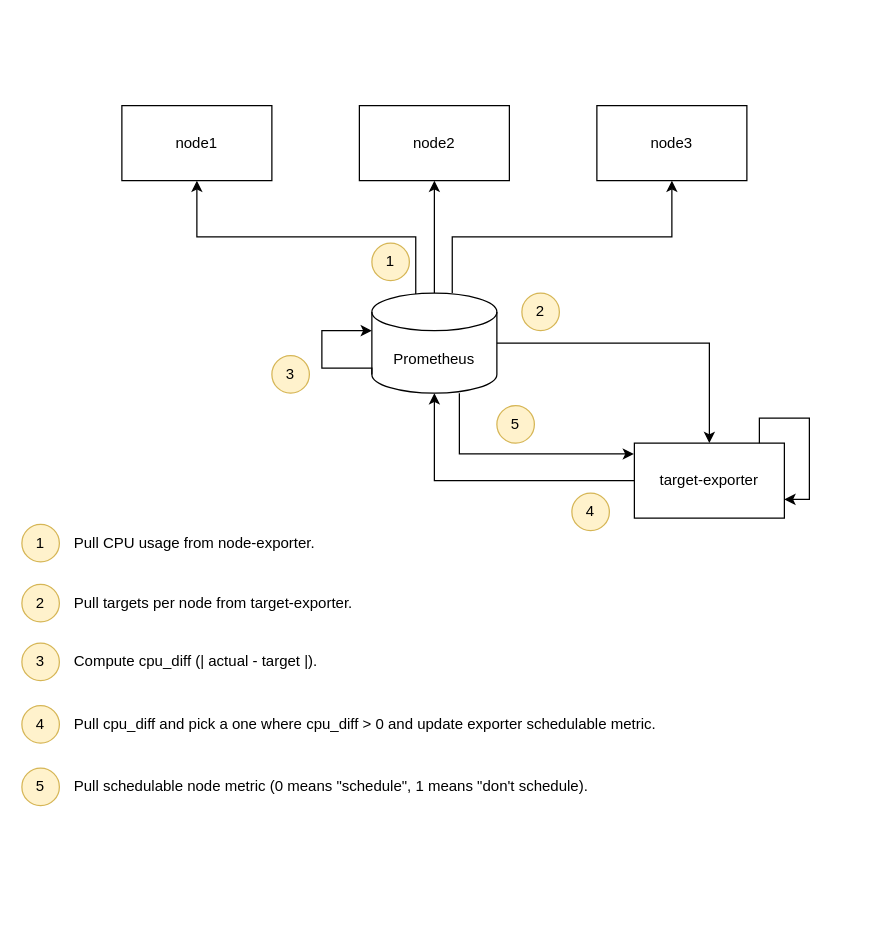
ECO-Qube/target-exporter keeps this draw.io diagram as collab-diag.drawio. Above is the earlier version. Source tidied: cells renumbered, new cells numbered last; positions are measured from the earlier drawing's top-left corner, leaving out a move shared by most shapes. Both pictures are drawn from the tidied source at 125%, with x=0, y=0 at pixel (21, 105).
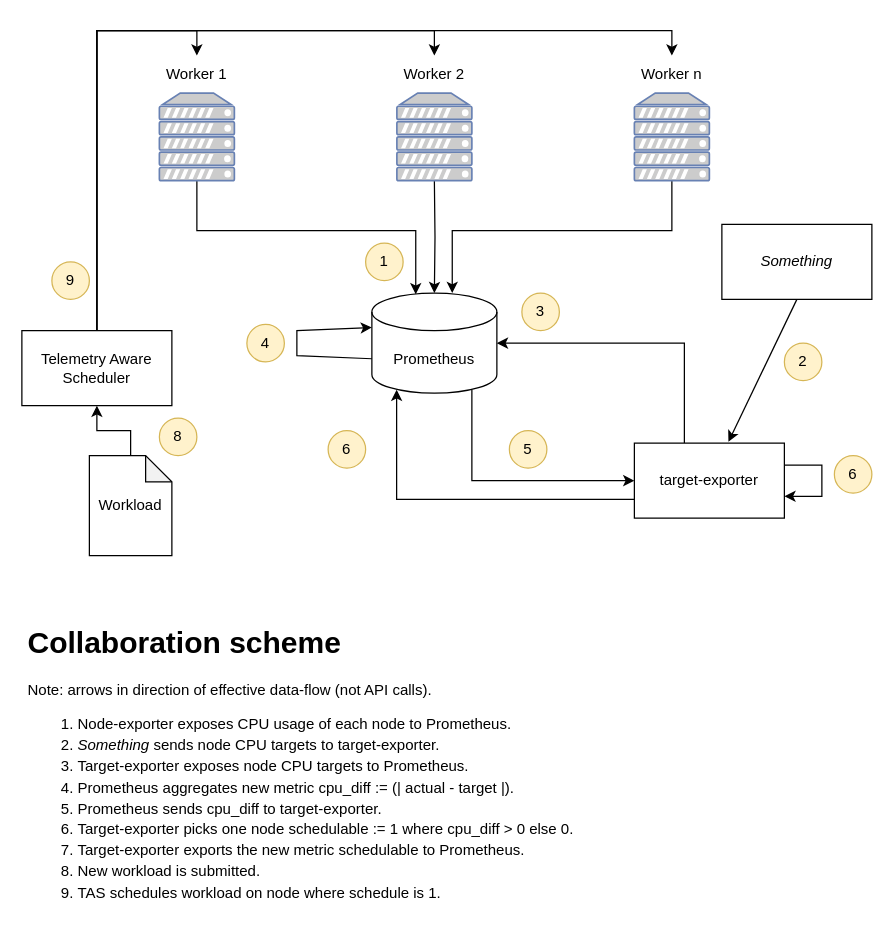
After the change.

Commit message (it also covers changes not shown here):
Update collab diag

Unchanged cells that the change refers to:
```xml
<mxCell id="6" value="Prometheus" style="shape=cylinder3;whiteSpace=wrap;html=1;boundedLbl=1;backgroundOutline=1;size=15;" parent="1" vertex="1">
  <mxGeometry x="280" y="150" width="100" height="80" as="geometry" />
</mxCell>
<mxCell id="16" value="target-exporter" style="rounded=0;whiteSpace=wrap;html=1;" parent="1" vertex="1">
  <mxGeometry x="490" y="270" width="120" height="60" as="geometry" />
</mxCell>
```

What changed in the source:
```diff
@@
-    <mxCell id="2" style="edgeStyle=orthogonalEdgeStyle;rounded=0;jettySize=auto;html=1;entryX=0.5;entryY=1;entryDx=0;entryDy=0;exitX=0.351;exitY=0.012;exitDx=0;exitDy=0;exitPerimeter=0;" parent="1" edge="1" source="6" target="7">
-      <mxGeometry relative="1" as="geometry" />
+    <mxCell id="2" style="edgeStyle=orthogonalEdgeStyle;rounded=0;jettySize=auto;html=1;entryX=0.351;entryY=0.012;entryDx=0;entryDy=0;exitX=0.5;exitY=1;exitDx=0;exitDy=0;entryPerimeter=0;" parent="1" edge="1" target="6">
+      <mxGeometry relative="1" as="geometry">
+        <mxPoint x="140" y="60" as="sourcePoint" />
+        <Array as="points">
+          <mxPoint x="140" y="100" />
+          <mxPoint x="315" y="100" />
+        </Array>
+      </mxGeometry>
     </mxCell>
-    <mxCell id="3" style="edgeStyle=orthogonalEdgeStyle;rounded=0;jettySize=auto;html=1;" parent="1" edge="1" source="6" target="8">
-      <mxGeometry relative="1" as="geometry" />
+    <mxCell id="3" style="edgeStyle=orthogonalEdgeStyle;rounded=0;jettySize=auto;html=1;" parent="1" edge="1" target="6">
+      <mxGeometry relative="1" as="geometry">
+        <mxPoint x="330" y="60" as="sourcePoint" />
+      </mxGeometry>
     </mxCell>
-    <mxCell id="4" style="edgeStyle=orthogonalEdgeStyle;rounded=0;jettySize=auto;html=1;exitX=0.643;exitY=-0.001;exitDx=0;exitDy=0;exitPerimeter=0;" parent="1" edge="1" source="6" target="9">
-      <mxGeometry relative="1" as="geometry" />
+    <mxCell id="4" style="edgeStyle=orthogonalEdgeStyle;rounded=0;jettySize=auto;html=1;entryX=0.643;entryY=-0.001;entryDx=0;entryDy=0;entryPerimeter=0;" parent="1" edge="1" target="6">
+      <mxGeometry relative="1" as="geometry">
+        <mxPoint x="520" y="60" as="sourcePoint" />
+        <Array as="points">
+          <mxPoint x="520" y="100" />
+          <mxPoint x="344" y="100" />
+        </Array>
+      </mxGeometry>
     </mxCell>
-    <mxCell id="5" style="edgeStyle=orthogonalEdgeStyle;rounded=0;jettySize=auto;html=1;exitX=0;exitY=0.5;exitDx=0;exitDy=0;" parent="1" edge="1" source="16" target="6">
-      <mxGeometry relative="1" as="geometry">
-        <Array as="points">
-          <mxPoint x="330" y="300" />
-        </Array>
-      </mxGeometry>
-    </mxCell>
@@
-    <mxCell id="7" value="node1" style="rounded=0;whiteSpace=wrap;html=1;" parent="1" vertex="1">
-      <mxGeometry x="80" width="120" height="60" as="geometry" />
-    </mxCell>
-    <mxCell id="8" value="node2" style="rounded=0;whiteSpace=wrap;html=1;" parent="1" vertex="1">
-      <mxGeometry x="270" width="120" height="60" as="geometry" />
-    </mxCell>
-    <mxCell id="9" value="node3" style="rounded=0;whiteSpace=wrap;html=1;" parent="1" vertex="1">
-      <mxGeometry x="460" width="120" height="60" as="geometry" />
-    </mxCell>
-    <mxCell id="10" value="2" style="ellipse;whiteSpace=wrap;html=1;fillColor=#fff2cc;strokeColor=#d6b656;" parent="1" vertex="1">
-      <mxGeometry y="383" width="30" height="30" as="geometry" />
-    </mxCell>
-    <mxCell id="11" value="1" style="ellipse;whiteSpace=wrap;html=1;fillColor=#fff2cc;strokeColor=#d6b656;" parent="1" vertex="1">
-      <mxGeometry y="335" width="30" height="30" as="geometry" />
-    </mxCell>
-    <mxCell id="12" value="&lt;div align=&quot;left&quot;&gt;Pull CPU usage from node-exporter.&lt;/div&gt;" style="text;html=1;strokeColor=none;fillColor=none;align=left;verticalAlign=middle;whiteSpace=wrap;rounded=0;" parent="1" vertex="1">
-      <mxGeometry x="40" y="335" width="230" height="30" as="geometry" />
-    </mxCell>
     <mxCell id="13" value="1" style="ellipse;whiteSpace=wrap;html=1;fillColor=#fff2cc;strokeColor=#d6b656;" parent="1" vertex="1">
-      <mxGeometry x="280" y="110" width="30" height="30" as="geometry" />
+      <mxGeometry x="275" y="110" width="30" height="30" as="geometry" />
     </mxCell>
-    <mxCell id="14" value="&lt;div align=&quot;left&quot;&gt;Pull targets per node from target-exporter.&lt;/div&gt;" style="text;html=1;strokeColor=none;fillColor=none;align=left;verticalAlign=middle;whiteSpace=wrap;rounded=0;" parent="1" vertex="1">
-      <mxGeometry x="40" y="383" width="230" height="30" as="geometry" />
-    </mxCell>
-    <mxCell id="15" style="edgeStyle=orthogonalEdgeStyle;rounded=0;jettySize=auto;html=1;exitX=1;exitY=0.5;exitDx=0;exitDy=0;exitPerimeter=0;" parent="1" edge="1" source="6" target="16">
-      <mxGeometry relative="1" as="geometry" />
+    <mxCell id="15" style="edgeStyle=orthogonalEdgeStyle;rounded=0;jettySize=auto;html=1;entryX=1;entryY=0.5;entryDx=0;entryDy=0;entryPerimeter=0;" parent="1" edge="1" source="16" target="6">
+      <mxGeometry relative="1" as="geometry">
+        <Array as="points">
+          <mxPoint x="530" y="190" />
+        </Array>
+      </mxGeometry>
     </mxCell>
@@
-    <mxCell id="17" value="2" style="ellipse;whiteSpace=wrap;html=1;fillColor=#fff2cc;strokeColor=#d6b656;" parent="1" vertex="1">
+    <mxCell id="17" value="3" style="ellipse;whiteSpace=wrap;html=1;fillColor=#fff2cc;strokeColor=#d6b656;" parent="1" vertex="1">
       <mxGeometry x="400" y="150" width="30" height="30" as="geometry" />
     </mxCell>
-    <mxCell id="18" value="3" style="ellipse;whiteSpace=wrap;html=1;fillColor=#fff2cc;strokeColor=#d6b656;" parent="1" vertex="1">
-      <mxGeometry y="430" width="30" height="30" as="geometry" />
-    </mxCell>
-    <mxCell id="19" value="Compute cpu_diff (| actual - target |)." style="text;html=1;strokeColor=none;fillColor=none;align=left;verticalAlign=middle;whiteSpace=wrap;rounded=0;" parent="1" vertex="1">
-      <mxGeometry x="40" y="430" width="230" height="30" as="geometry" />
-    </mxCell>
-    <mxCell id="20" style="edgeStyle=orthogonalEdgeStyle;rounded=0;orthogonalLoop=1;jettySize=auto;html=1;entryX=1;entryY=0.75;entryDx=0;entryDy=0;" parent="1" edge="1" source="16" target="16">
-      <mxGeometry relative="1" as="geometry">
-        <Array as="points">
-          <mxPoint x="590" y="250" />
-          <mxPoint x="630" y="250" />
-          <mxPoint x="630" y="315" />
-        </Array>
-      </mxGeometry>
-    </mxCell>
     <mxCell id="21" value="4" style="ellipse;whiteSpace=wrap;html=1;fillColor=#fff2cc;strokeColor=#d6b656;" parent="1" vertex="1">
-      <mxGeometry x="440" y="310" width="30" height="30" as="geometry" />
+      <mxGeometry x="180" y="175" width="30" height="30" as="geometry" />
     </mxCell>
-    <mxCell id="22" style="edgeStyle=orthogonalEdgeStyle;rounded=0;jettySize=auto;html=1;exitX=0;exitY=1;exitDx=0;exitDy=-15;exitPerimeter=0;" parent="1" edge="1" source="6">
-      <mxGeometry relative="1" as="geometry">
-        <mxPoint x="280" y="180" as="targetPoint" />
-        <Array as="points">
-          <mxPoint x="280" y="210" />
-          <mxPoint x="240" y="210" />
-          <mxPoint x="240" y="180" />
-        </Array>
-      </mxGeometry>
-    </mxCell>
-    <mxCell id="23" value="3" style="ellipse;whiteSpace=wrap;html=1;fillColor=#fff2cc;strokeColor=#d6b656;" parent="1" vertex="1">
-      <mxGeometry x="200" y="200" width="30" height="30" as="geometry" />
-    </mxCell>
-    <mxCell id="24" value="4" style="ellipse;whiteSpace=wrap;html=1;fillColor=#fff2cc;strokeColor=#d6b656;" parent="1" vertex="1">
-      <mxGeometry y="480" width="30" height="30" as="geometry" />
-    </mxCell>
-    <mxCell id="25" value="Pull cpu_diff and pick a one where cpu_diff &amp;gt; 0 and update exporter schedulable metric." style="text;html=1;strokeColor=none;fillColor=none;align=left;verticalAlign=middle;whiteSpace=wrap;rounded=0;" parent="1" vertex="1">
-      <mxGeometry x="40" y="480" width="500" height="30" as="geometry" />
-    </mxCell>
-    <mxCell id="26" value="5" style="ellipse;whiteSpace=wrap;html=1;fillColor=#fff2cc;strokeColor=#d6b656;" parent="1" vertex="1">
-      <mxGeometry y="530" width="30" height="30" as="geometry" />
-    </mxCell>
-    <mxCell id="27" value="Pull schedulable node metric (0 means &quot;schedule&quot;, 1 means &quot;don't schedule)." style="text;html=1;strokeColor=none;fillColor=none;align=left;verticalAlign=middle;whiteSpace=wrap;rounded=0;" parent="1" vertex="1">
-      <mxGeometry x="40" y="530" width="430" height="30" as="geometry" />
-    </mxCell>
-    <mxCell id="28" style="edgeStyle=orthogonalEdgeStyle;rounded=0;jettySize=auto;html=1;exitX=-0.003;exitY=0.144;exitDx=0;exitDy=0;exitPerimeter=0;entryX=-0.003;entryY=0.144;entryDx=0;entryDy=0;entryPerimeter=0;" parent="1" edge="1" target="16">
+    <mxCell id="28" style="edgeStyle=orthogonalEdgeStyle;rounded=0;jettySize=auto;html=1;exitX=0.8;exitY=0.965;exitDx=0;exitDy=0;exitPerimeter=0;entryX=0;entryY=0.5;entryDx=0;entryDy=0;" parent="1" edge="1" source="6" target="16">
       <mxGeometry relative="1" as="geometry">
-        <mxPoint x="350" y="230" as="sourcePoint" />
         <Array as="points">
-          <mxPoint x="350" y="279" />
+          <mxPoint x="360" y="300" />
         </Array>
       </mxGeometry>
     </mxCell>
-    <mxCell id="29" value="5" style="ellipse;whiteSpace=wrap;html=1;fillColor=#fff2cc;strokeColor=#d6b656;" parent="1" vertex="1">
-      <mxGeometry x="380" y="240" width="30" height="30" as="geometry" />
-    </mxCell>
+    <mxCell id="30" value="&lt;h1&gt;Collaboration scheme&amp;nbsp;&lt;/h1&gt;&lt;div&gt;Note: arrows in direction of effective data-flow (not API calls).&lt;/div&gt;&lt;div&gt;&lt;ol style=&quot;line-height: 140%;&quot;&gt;&lt;li&gt;Node-exporter exposes CPU usage of each node to Prometheus.&lt;/li&gt;&lt;li&gt;&lt;i&gt;Something&lt;/i&gt; sends node CPU targets to target-exporter.&lt;/li&gt;&lt;li&gt;Target-exporter exposes node CPU targets to Prometheus.&lt;/li&gt;&lt;li&gt;Prometheus aggregates new metric cpu_diff := (| actual - target |).&lt;/li&gt;&lt;li&gt;Prometheus sends cpu_diff to target-exporter.&lt;/li&gt;&lt;li&gt;Target-exporter picks one node schedulable := 1 where cpu_diff &amp;gt; 0 else 0.&lt;/li&gt;&lt;li&gt;Target-exporter exports the new metric schedulable to Prometheus.&lt;/li&gt;&lt;li&gt;New workload is submitted.&lt;/li&gt;&lt;li style=&quot;border-color: var(--border-color);&quot;&gt;TAS schedules workload on node where schedule is 1.&lt;/li&gt;&lt;/ol&gt;&lt;/div&gt;" style="text;html=1;strokeColor=none;fillColor=none;spacing=5;spacingTop=-20;whiteSpace=wrap;overflow=hidden;rounded=0;" parent="1" vertex="1">
+      <mxGeometry y="410" width="480" height="240" as="geometry" />
+    </mxCell>
+    <mxCell id="31" value="&lt;i&gt;Something&lt;/i&gt;" style="rounded=0;whiteSpace=wrap;html=1;" parent="1" vertex="1">
+      <mxGeometry x="560" y="95" width="120" height="60" as="geometry" />
+    </mxCell>
+    <mxCell id="32" style="endArrow=classic;html=1;rounded=0;exitX=0.5;exitY=1;exitDx=0;exitDy=0;entryX=0.627;entryY=-0.017;entryDx=0;entryDy=0;entryPerimeter=0;" parent="1" edge="1" source="31" target="16">
+      <mxGeometry relative="1" as="geometry" />
+    </mxCell>
+    <mxCell id="10" value="2" style="ellipse;whiteSpace=wrap;html=1;fillColor=#fff2cc;strokeColor=#d6b656;" parent="1" vertex="1">
+      <mxGeometry x="610" y="190" width="30" height="30" as="geometry" />
+    </mxCell>
+    <mxCell id="33" style="endArrow=classic;html=1;rounded=0;exitX=0;exitY=0;exitDx=0;exitDy=52.5;exitPerimeter=0;entryX=0;entryY=0;entryDx=0;entryDy=27.5;entryPerimeter=0;" parent="1" edge="1" source="6" target="6">
+      <mxGeometry relative="1" as="geometry">
+        <Array as="points">
+          <mxPoint x="220" y="200" />
+          <mxPoint x="220" y="180" />
+        </Array>
+      </mxGeometry>
+    </mxCell>
+    <mxCell id="34" value="5" style="ellipse;whiteSpace=wrap;html=1;fillColor=#fff2cc;strokeColor=#d6b656;" parent="1" vertex="1">
+      <mxGeometry x="390" y="260" width="30" height="30" as="geometry" />
+    </mxCell>
+    <mxCell id="35" style="endArrow=classic;html=1;rounded=0;exitX=0;exitY=0;exitDx=0;exitDy=52.5;exitPerimeter=0;entryX=0;entryY=0;entryDx=0;entryDy=27.5;entryPerimeter=0;" parent="1" edge="1">
+      <mxGeometry relative="1" as="geometry">
+        <mxPoint x="610" y="287.5" as="sourcePoint" />
+        <mxPoint x="610" y="312.5" as="targetPoint" />
+        <Array as="points">
+          <mxPoint x="640" y="287.5" />
+          <mxPoint x="640" y="297.5" />
+          <mxPoint x="640" y="312.5" />
+        </Array>
+      </mxGeometry>
+    </mxCell>
+    <mxCell id="36" value="6" style="ellipse;whiteSpace=wrap;html=1;fillColor=#fff2cc;strokeColor=#d6b656;" parent="1" vertex="1">
+      <mxGeometry x="650" y="280" width="30" height="30" as="geometry" />
+    </mxCell>
+    <mxCell id="5" style="edgeStyle=orthogonalEdgeStyle;rounded=0;jettySize=auto;html=1;exitX=0;exitY=0.75;exitDx=0;exitDy=0;entryX=0.198;entryY=0.965;entryDx=0;entryDy=0;entryPerimeter=0;" parent="1" edge="1" source="16" target="6">
+      <mxGeometry relative="1" as="geometry">
+        <Array as="points">
+          <mxPoint x="300" y="315" />
+        </Array>
+      </mxGeometry>
+    </mxCell>
+    <mxCell id="37" value="6" style="ellipse;whiteSpace=wrap;html=1;fillColor=#fff2cc;strokeColor=#d6b656;" parent="1" vertex="1">
+      <mxGeometry x="245" y="260" width="30" height="30" as="geometry" />
+    </mxCell>
+    <mxCell id="38" style="fontColor=#0066CC;verticalAlign=top;verticalLabelPosition=bottom;labelPosition=center;align=center;html=1;fillColor=#CCCCCC;strokeColor=#6881B3;gradientColor=none;gradientDirection=north;strokeWidth=2;shape=mxgraph.networks.server;" parent="1" vertex="1">
+      <mxGeometry x="110" y="-10" width="60" height="70" as="geometry" />
+    </mxCell>
+    <mxCell id="39" style="fontColor=#0066CC;verticalAlign=top;verticalLabelPosition=bottom;labelPosition=center;align=center;html=1;fillColor=#CCCCCC;strokeColor=#6881B3;gradientColor=none;gradientDirection=north;strokeWidth=2;shape=mxgraph.networks.server;" parent="1" vertex="1">
+      <mxGeometry x="300" y="-10" width="60" height="70" as="geometry" />
+    </mxCell>
+    <mxCell id="40" style="fontColor=#0066CC;verticalAlign=top;verticalLabelPosition=bottom;labelPosition=center;align=center;html=1;fillColor=#CCCCCC;strokeColor=#6881B3;gradientColor=none;gradientDirection=north;strokeWidth=2;shape=mxgraph.networks.server;" parent="1" vertex="1">
+      <mxGeometry x="490" y="-10" width="60" height="70" as="geometry" />
+    </mxCell>
+    <mxCell id="41" style="edgeStyle=orthogonalEdgeStyle;rounded=0;jettySize=auto;html=1;entryX=0.5;entryY=0;entryDx=0;entryDy=0;" parent="1" edge="1" source="42" target="43">
+      <mxGeometry relative="1" as="geometry" />
+    </mxCell>
+    <mxCell id="42" value="Telemetry Aware Scheduler" style="rounded=0;whiteSpace=wrap;html=1;" parent="1" vertex="1">
+      <mxGeometry y="180" width="120" height="60" as="geometry" />
+    </mxCell>
+    <mxCell id="43" value="Worker 1" style="text;html=1;strokeColor=none;fillColor=none;align=center;verticalAlign=middle;whiteSpace=wrap;rounded=0;" parent="1" vertex="1">
+      <mxGeometry x="110" y="-40" width="60" height="30" as="geometry" />
+    </mxCell>
+    <mxCell id="44" value="Worker 2" style="text;html=1;strokeColor=none;fillColor=none;align=center;verticalAlign=middle;whiteSpace=wrap;rounded=0;" parent="1" vertex="1">
+      <mxGeometry x="300" y="-40" width="60" height="30" as="geometry" />
+    </mxCell>
+    <mxCell id="45" value="Worker n" style="text;html=1;strokeColor=none;fillColor=none;align=center;verticalAlign=middle;whiteSpace=wrap;rounded=0;" parent="1" vertex="1">
+      <mxGeometry x="490" y="-40" width="60" height="30" as="geometry" />
+    </mxCell>
+    <mxCell id="46" style="edgeStyle=orthogonalEdgeStyle;rounded=0;jettySize=auto;html=1;entryX=0.5;entryY=1;entryDx=0;entryDy=0;" parent="1" edge="1" source="47" target="42">
+      <mxGeometry relative="1" as="geometry" />
+    </mxCell>
+    <mxCell id="47" value="Workload" style="shape=note;whiteSpace=wrap;html=1;backgroundOutline=1;darkOpacity=0.05;size=21;" parent="1" vertex="1">
+      <mxGeometry x="54" y="280" width="66" height="80" as="geometry" />
+    </mxCell>
+    <mxCell id="48" style="edgeStyle=orthogonalEdgeStyle;rounded=0;jettySize=auto;html=1;entryX=0.5;entryY=0;entryDx=0;entryDy=0;exitX=0.5;exitY=0;exitDx=0;exitDy=0;" parent="1" edge="1" source="42" target="44">
+      <mxGeometry relative="1" as="geometry" />
+    </mxCell>
+    <mxCell id="49" style="edgeStyle=orthogonalEdgeStyle;rounded=0;jettySize=auto;html=1;entryX=0.5;entryY=0;entryDx=0;entryDy=0;exitX=0.5;exitY=0;exitDx=0;exitDy=0;" parent="1" edge="1" source="42" target="45">
+      <mxGeometry relative="1" as="geometry" />
+    </mxCell>
+    <mxCell id="50" value="8" style="ellipse;whiteSpace=wrap;html=1;fillColor=#fff2cc;strokeColor=#d6b656;" parent="1" vertex="1">
+      <mxGeometry x="110" y="250" width="30" height="30" as="geometry" />
+    </mxCell>
+    <mxCell id="51" value="9" style="ellipse;whiteSpace=wrap;html=1;fillColor=#fff2cc;strokeColor=#d6b656;" parent="1" vertex="1">
+      <mxGeometry x="24" y="125" width="30" height="30" as="geometry" />
+    </mxCell>
```
